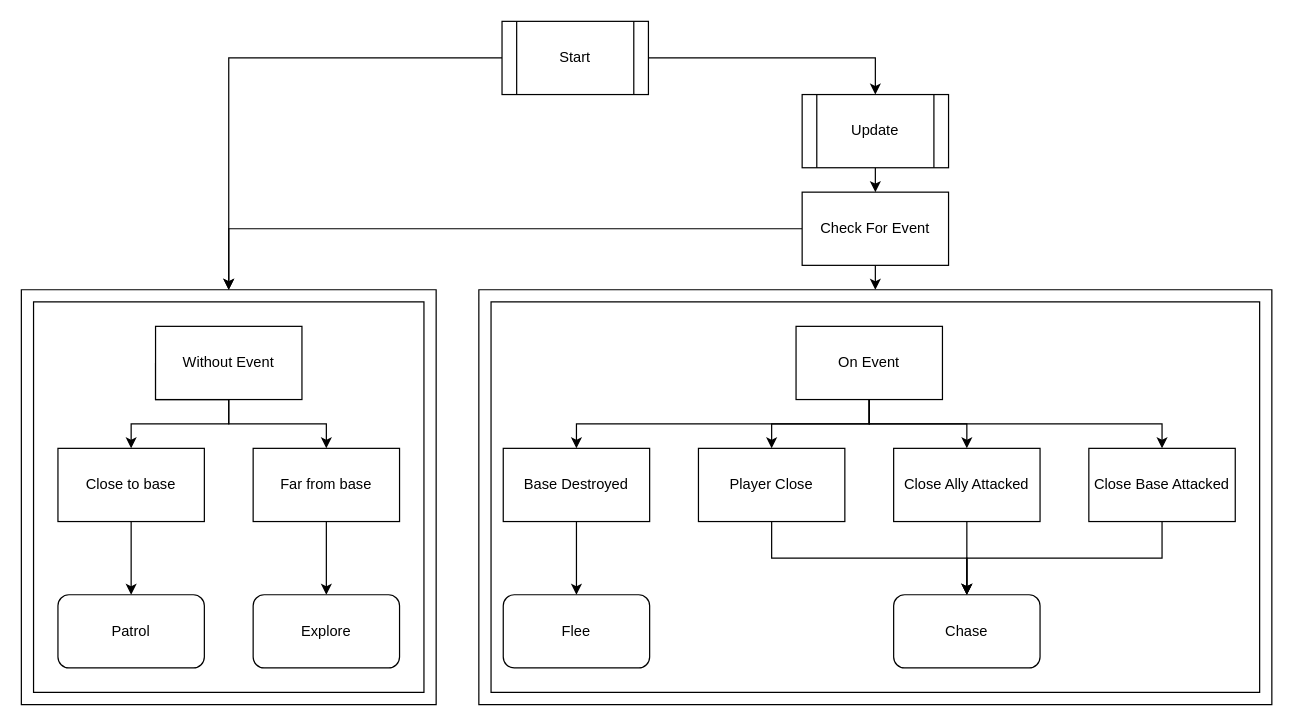
This is Docs/AI Diagram.drawio from ADGLx/TRGG, a draw.io file, before an edit. Source tidied: cells renumbered, new cells numbered last; positions are measured from the earlier drawing's top-left corner, leaving out a move shared by most shapes. Both pictures are drawn from the tidied source at 122%, with x=0, y=0 at pixel (21, 21).
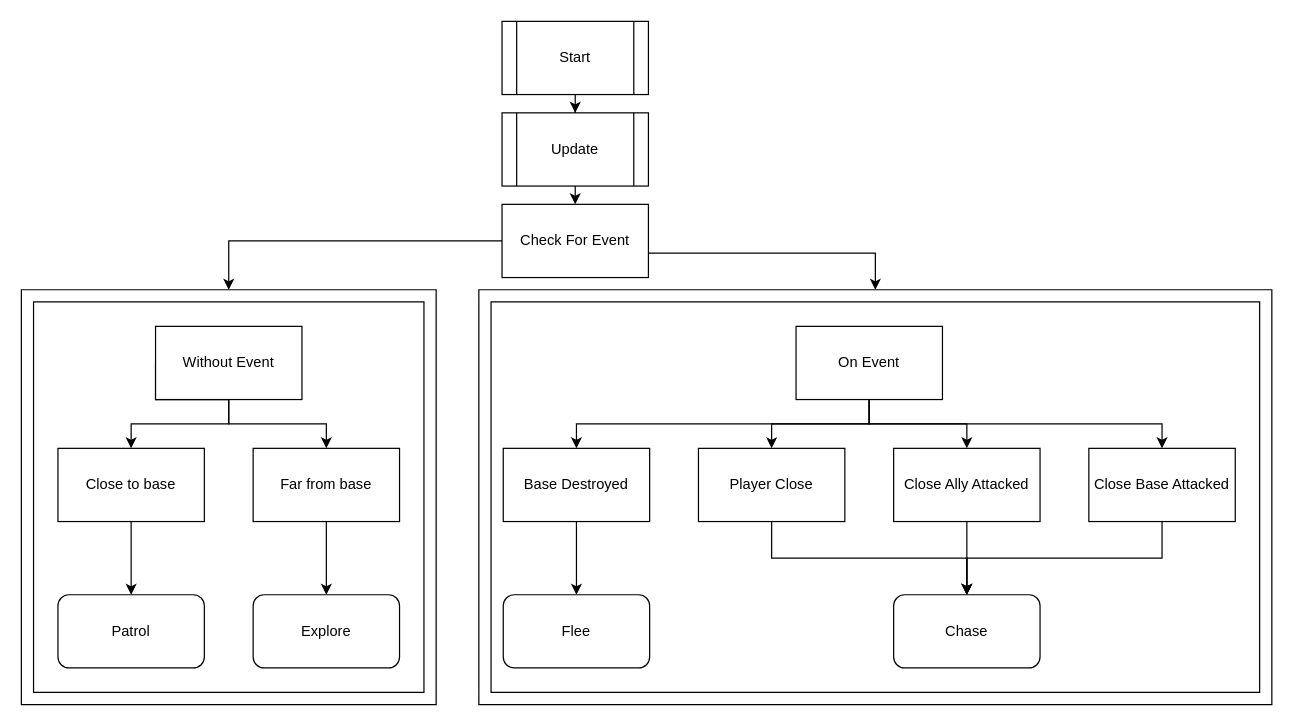
After the change.

The change refers to these unchanged cells:
```xml
<mxCell id="2" style="verticalLabelPosition=bottom;verticalAlign=top;html=1;shape=mxgraph.basic.frame;dx=10;" parent="1" vertex="1">
  <mxGeometry y="220" width="340" height="340" as="geometry" />
</mxCell>
<mxCell id="5" value="Start" style="shape=process;whiteSpace=wrap;html=1;backgroundOutline=1;" parent="1" vertex="1">
  <mxGeometry x="394" width="120" height="60" as="geometry" />
</mxCell>
<mxCell id="33" style="verticalLabelPosition=bottom;verticalAlign=top;html=1;shape=mxgraph.basic.frame;dx=10;" parent="1" vertex="1">
  <mxGeometry x="375" y="220" width="650" height="340" as="geometry" />
</mxCell>
```

Diff of the diagram source:
```diff
@@
-    <mxCell id="4" style="edgeStyle=orthogonalEdgeStyle;rounded=0;jettySize=auto;html=1;entryX=0.5;entryY=0;entryDx=0;entryDy=0;entryPerimeter=0;" parent="1" edge="1" source="5" target="2">
-      <mxGeometry relative="1" as="geometry" />
-    </mxCell>
@@
     <mxCell id="30" style="edgeStyle=orthogonalEdgeStyle;rounded=0;jettySize=auto;html=1;entryX=0.5;entryY=0;entryDx=0;entryDy=0;entryPerimeter=0;" parent="1" edge="1" source="32" target="33">
       <mxGeometry relative="1" as="geometry">
         <Array as="points">
-          <mxPoint x="750" y="190" />
           <mxPoint x="700" y="190" />
         </Array>
       </mxGeometry>
     </mxCell>
@@
     <mxCell id="32" value="Check For Event" style="rounded=0;whiteSpace=wrap;html=1;" parent="1" vertex="1">
-      <mxGeometry x="640" y="140" width="120" height="60" as="geometry" />
+      <mxGeometry x="394" y="150" width="120" height="60" as="geometry" />
     </mxCell>
@@
     <mxCell id="35" value="&lt;div&gt;Update&lt;/div&gt;" style="shape=process;whiteSpace=wrap;html=1;backgroundOutline=1;" parent="1" vertex="1">
-      <mxGeometry x="640" y="60" width="120" height="60" as="geometry" />
+      <mxGeometry x="394" y="75" width="120" height="60" as="geometry" />
     </mxCell>
```
